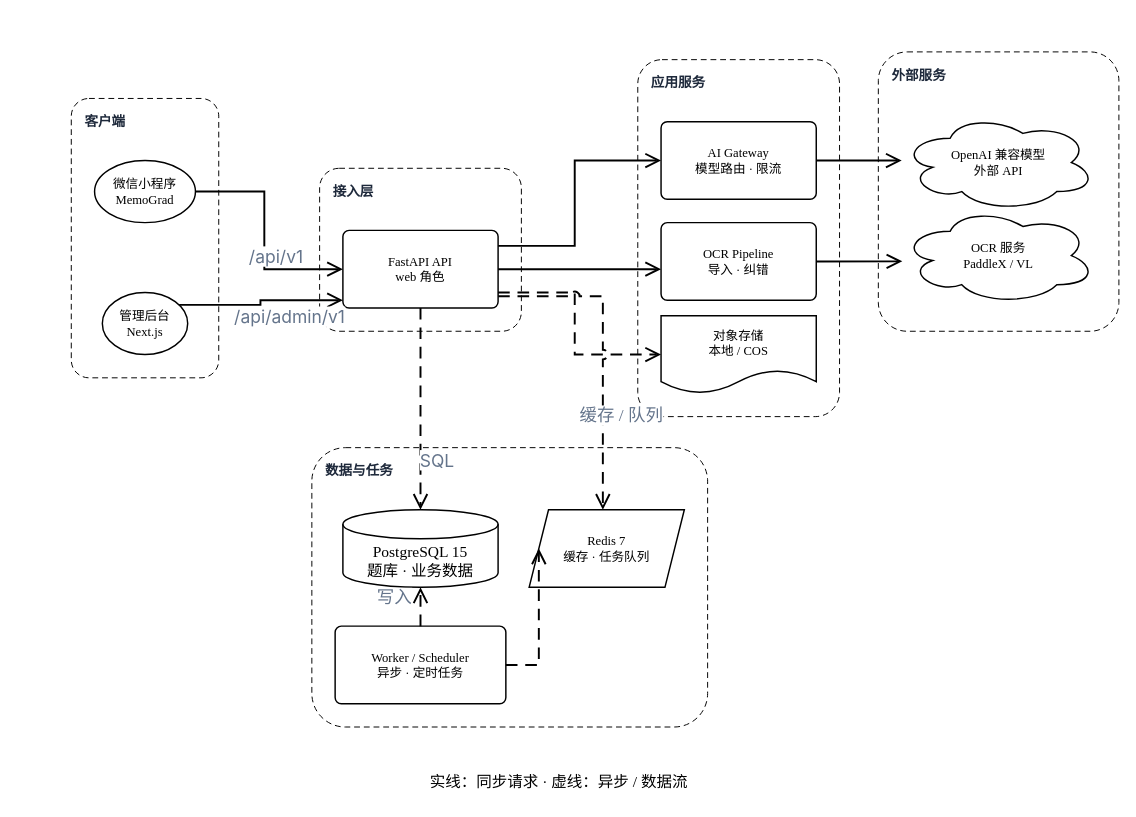
Earlier version of the draw.io diagram assets/architecture.zh.drawio (ly9098-prog/postgraduate-exam-AI). Source tidied: cells renumbered, new cells numbered last; positions are measured from the earlier drawing's top-left corner, leaving out a move shared by most shapes. Both pictures are drawn from the tidied source at 97%, with x=0, y=0 at pixel (71, 51).
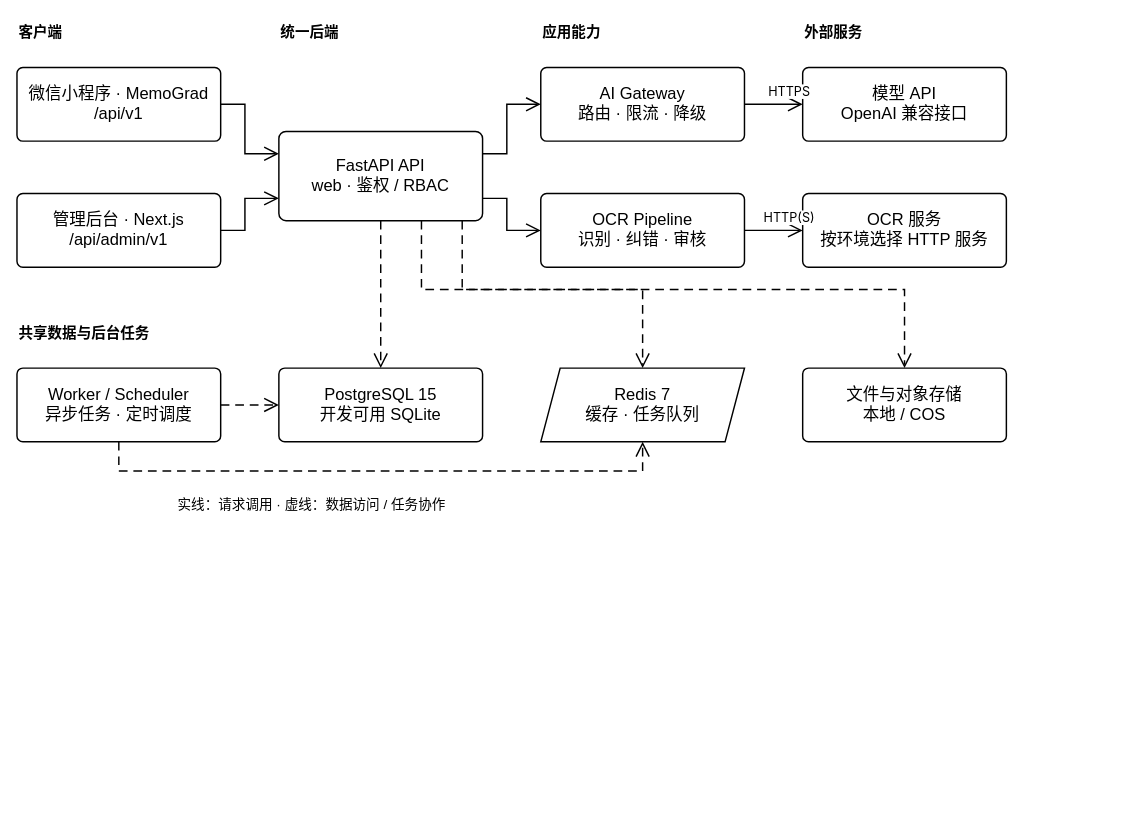
After the change.

Commit message (it also covers changes not shown here):
docs(readme): 压缩黑白系统架构图排版

What changed in the source:
```diff
@@
-    <mxCell id="2" value="客户端" style="rounded=1;arcSize=12;html=1;whiteSpace=wrap;fillColor=none;strokeColor=#000000;strokeWidth=1;fontColor=#1E293B;fontSize=14;fontFamily=Times New Roman,SimSun;fontStyle=1;verticalAlign=top;align=left;spacingLeft=12;spacingTop=10;dashed=1;dashPattern=6 4;" parent="1" vertex="1">
-      <mxGeometry y="48" width="152" height="288" as="geometry" />
+    <mxCell id="2" value="客户端" style="text;html=1;whiteSpace=wrap;labelBackgroundColor=none;fillColor=none;strokeColor=none;strokeWidth=1.5;fontColor=#000000;fontSize=15;fontFamily=Arial,Noto Sans CJK SC,sans-serif;align=left;verticalAlign=top;fontStyle=1;" parent="1" vertex="1">
+      <mxGeometry x="-56" y="-36" width="210" height="32" as="geometry" />
     </mxCell>
-    <mxCell id="3" value="接入层" style="rounded=1;arcSize=12;html=1;whiteSpace=wrap;fillColor=none;strokeColor=#000000;strokeWidth=1;fontColor=#1E293B;fontSize=14;fontFamily=Times New Roman,SimSun;fontStyle=1;verticalAlign=top;align=left;spacingLeft=12;spacingTop=10;dashed=1;dashPattern=6 4;" parent="1" vertex="1">
-      <mxGeometry x="256" y="120" width="208" height="168" as="geometry" />
+    <mxCell id="3" value="统一后端" style="text;html=1;whiteSpace=wrap;labelBackgroundColor=none;fillColor=none;strokeColor=none;strokeWidth=1.5;fontColor=#000000;fontSize=15;fontFamily=Arial,Noto Sans CJK SC,sans-serif;align=left;verticalAlign=top;fontStyle=1;" parent="1" vertex="1">
+      <mxGeometry x="214" y="-36" width="210" height="32" as="geometry" />
     </mxCell>
-    <mxCell id="4" value="应用服务" style="rounded=1;arcSize=12;html=1;whiteSpace=wrap;fillColor=none;strokeColor=#000000;strokeWidth=1;fontColor=#1E293B;fontSize=14;fontFamily=Times New Roman,SimSun;fontStyle=1;verticalAlign=top;align=left;spacingLeft=12;spacingTop=10;dashed=1;dashPattern=6 4;" parent="1" vertex="1">
-      <mxGeometry x="584" y="8" width="208" height="368" as="geometry" />
+    <mxCell id="4" value="应用能力" style="text;html=1;whiteSpace=wrap;labelBackgroundColor=none;fillColor=none;strokeColor=none;strokeWidth=1.5;fontColor=#000000;fontSize=15;fontFamily=Arial,Noto Sans CJK SC,sans-serif;align=left;verticalAlign=top;fontStyle=1;" parent="1" vertex="1">
+      <mxGeometry x="484" y="-36" width="210" height="32" as="geometry" />
     </mxCell>
-    <mxCell id="5" value="数据与任务" style="rounded=1;arcSize=12;html=1;whiteSpace=wrap;fillColor=none;strokeColor=#000000;strokeWidth=1;fontColor=#1E293B;fontSize=14;fontFamily=Times New Roman,SimSun;fontStyle=1;verticalAlign=top;align=left;spacingLeft=12;spacingTop=10;dashed=1;dashPattern=6 4;" parent="1" vertex="1">
-      <mxGeometry x="248" y="408" width="408" height="288" as="geometry" />
+    <mxCell id="5" value="外部服务" style="text;html=1;whiteSpace=wrap;labelBackgroundColor=none;fillColor=none;strokeColor=none;strokeWidth=1.5;fontColor=#000000;fontSize=15;fontFamily=Arial,Noto Sans CJK SC,sans-serif;align=left;verticalAlign=top;fontStyle=1;" parent="1" vertex="1">
+      <mxGeometry x="754" y="-36" width="210" height="32" as="geometry" />
     </mxCell>
-    <mxCell id="6" value="外部服务" style="rounded=1;arcSize=12;html=1;whiteSpace=wrap;fillColor=none;strokeColor=#000000;strokeWidth=1;fontColor=#1E293B;fontSize=14;fontFamily=Times New Roman,SimSun;fontStyle=1;verticalAlign=top;align=left;spacingLeft=12;spacingTop=10;dashed=1;dashPattern=6 4;" parent="1" vertex="1">
-      <mxGeometry x="832" width="248" height="288" as="geometry" />
+    <mxCell id="6" value="微信小程序 · MemoGrad&lt;br&gt;/api/v1" style="rounded=1;arcSize=8;html=1;whiteSpace=wrap;fillColor=#FFFFFF;strokeColor=#000000;strokeWidth=1.5;fontColor=#000000;fontSize=17;fontFamily=Arial,Noto Sans CJK SC,sans-serif;verticalAlign=middle;align=center;" parent="1" vertex="1">
+      <mxGeometry x="-56" y="16" width="210" height="76" as="geometry" />
     </mxCell>
-    <mxCell id="7" value="微信小程序&lt;br&gt;MemoGrad" style="ellipse;html=1;whiteSpace=wrap;fillColor=#FFFFFF;strokeColor=#000000;strokeWidth=1.5;fontColor=#000000;fontSize=13;fontFamily=Times New Roman,SimSun;verticalAlign=middle;align=center;" parent="2" vertex="1">
-      <mxGeometry x="24" y="64" width="104" height="64" as="geometry" />
+    <mxCell id="7" value="管理后台 · Next.js&lt;br&gt;/api/admin/v1" style="rounded=1;arcSize=8;html=1;whiteSpace=wrap;fillColor=#FFFFFF;strokeColor=#000000;strokeWidth=1.5;fontColor=#000000;fontSize=17;fontFamily=Arial,Noto Sans CJK SC,sans-serif;verticalAlign=middle;align=center;" parent="1" vertex="1">
+      <mxGeometry x="-56" y="146" width="210" height="76" as="geometry" />
     </mxCell>
-    <mxCell id="8" value="管理后台&lt;br&gt;Next.js" style="ellipse;html=1;whiteSpace=wrap;fillColor=#FFFFFF;strokeColor=#000000;strokeWidth=1.5;fontColor=#000000;fontSize=13;fontFamily=Times New Roman,SimSun;verticalAlign=middle;align=center;" parent="2" vertex="1">
-      <mxGeometry x="32" y="200" width="88" height="64" as="geometry" />
+    <mxCell id="8" value="FastAPI API&lt;br&gt;web · 鉴权 / RBAC" style="rounded=1;arcSize=8;html=1;whiteSpace=wrap;fillColor=#FFFFFF;strokeColor=#000000;strokeWidth=1.5;fontColor=#000000;fontSize=17;fontFamily=Arial,Noto Sans CJK SC,sans-serif;verticalAlign=middle;align=center;" parent="1" vertex="1">
+      <mxGeometry x="214" y="82" width="210" height="92" as="geometry" />
     </mxCell>
-    <mxCell id="9" value="FastAPI API&lt;br&gt;web 角色" style="rounded=1;arcSize=8;html=1;whiteSpace=wrap;fillColor=#FFFFFF;strokeColor=#000000;strokeWidth=1.5;fontColor=#000000;fontSize=13;fontFamily=Times New Roman,SimSun;verticalAlign=middle;align=center;" parent="3" vertex="1">
-      <mxGeometry x="24" y="64" width="160" height="80" as="geometry" />
+    <mxCell id="9" value="AI Gateway&lt;br&gt;路由 · 限流 · 降级" style="rounded=1;arcSize=8;html=1;whiteSpace=wrap;fillColor=#FFFFFF;strokeColor=#000000;strokeWidth=1.5;fontColor=#000000;fontSize=17;fontFamily=Arial,Noto Sans CJK SC,sans-serif;verticalAlign=middle;align=center;" parent="1" vertex="1">
+      <mxGeometry x="484" y="16" width="210" height="76" as="geometry" />
     </mxCell>
-    <mxCell id="10" value="AI Gateway&lt;br&gt;模型路由 · 限流" style="rounded=1;arcSize=8;html=1;whiteSpace=wrap;fillColor=#FFFFFF;strokeColor=#000000;strokeWidth=1.5;fontColor=#000000;fontSize=13;fontFamily=Times New Roman,SimSun;verticalAlign=middle;align=center;" parent="4" vertex="1">
-      <mxGeometry x="24" y="64" width="160" height="80" as="geometry" />
+    <mxCell id="10" value="OCR Pipeline&lt;br&gt;识别 · 纠错 · 审核" style="rounded=1;arcSize=8;html=1;whiteSpace=wrap;fillColor=#FFFFFF;strokeColor=#000000;strokeWidth=1.5;fontColor=#000000;fontSize=17;fontFamily=Arial,Noto Sans CJK SC,sans-serif;verticalAlign=middle;align=center;" parent="1" vertex="1">
+      <mxGeometry x="484" y="146" width="210" height="76" as="geometry" />
     </mxCell>
-    <mxCell id="11" value="OCR Pipeline&lt;br&gt;导入 · 纠错" style="rounded=1;arcSize=8;html=1;whiteSpace=wrap;fillColor=#FFFFFF;strokeColor=#000000;strokeWidth=1.5;fontColor=#000000;fontSize=13;fontFamily=Times New Roman,SimSun;verticalAlign=middle;align=center;" parent="4" vertex="1">
-      <mxGeometry x="24" y="168" width="160" height="80" as="geometry" />
+    <mxCell id="11" value="模型 API&lt;br&gt;OpenAI 兼容接口" style="rounded=1;arcSize=8;html=1;whiteSpace=wrap;fillColor=#FFFFFF;strokeColor=#000000;strokeWidth=1.5;fontColor=#000000;fontSize=17;fontFamily=Arial,Noto Sans CJK SC,sans-serif;verticalAlign=middle;align=center;" parent="1" vertex="1">
+      <mxGeometry x="754" y="16" width="210" height="76" as="geometry" />
     </mxCell>
-    <mxCell id="12" value="对象存储&lt;br&gt;本地 / COS" style="shape=document;boundedLbl=1;html=1;whiteSpace=wrap;fillColor=#FFFFFF;strokeColor=#000000;strokeWidth=1.5;fontColor=#000000;fontSize=13;fontFamily=Times New Roman,SimSun;verticalAlign=middle;align=center;" parent="4" vertex="1">
-      <mxGeometry x="24" y="264" width="160" height="80" as="geometry" />
+    <mxCell id="12" value="OCR 服务&lt;br&gt;按环境选择 HTTP 服务" style="rounded=1;arcSize=8;html=1;whiteSpace=wrap;fillColor=#FFFFFF;strokeColor=#000000;strokeWidth=1.5;fontColor=#000000;fontSize=17;fontFamily=Arial,Noto Sans CJK SC,sans-serif;verticalAlign=middle;align=center;" parent="1" vertex="1">
+      <mxGeometry x="754" y="146" width="210" height="76" as="geometry" />
     </mxCell>
-    <mxCell id="13" value="PostgreSQL 15&lt;br&gt;题库 · 业务数据" style="shape=cylinder3;boundedLbl=1;backgroundOutline=1;size=15;html=1;whiteSpace=wrap;fillColor=#FFFFFF;strokeColor=#000000;strokeWidth=1.5;fontColor=#000000;fontSize=16;fontFamily=Times New Roman,SimSun;verticalAlign=middle;align=center;" parent="5" vertex="1">
-      <mxGeometry x="32" y="64" width="160" height="80" as="geometry" />
+    <mxCell id="13" value="共享数据与后台任务" style="text;html=1;whiteSpace=wrap;labelBackgroundColor=none;fillColor=none;strokeColor=none;strokeWidth=1.5;fontColor=#000000;fontSize=15;fontFamily=Arial,Noto Sans CJK SC,sans-serif;align=left;verticalAlign=top;fontStyle=1;" parent="1" vertex="1">
+      <mxGeometry x="-56" y="274" width="240" height="32" as="geometry" />
     </mxCell>
-    <mxCell id="14" value="Redis 7&lt;br&gt;缓存 · 任务队列" style="shape=parallelogram;perimeter=parallelogramPerimeter;fixedSize=1;html=1;whiteSpace=wrap;fillColor=#FFFFFF;strokeColor=#000000;strokeWidth=1.5;fontColor=#000000;fontSize=13;fontFamily=Times New Roman,SimSun;verticalAlign=middle;align=center;" parent="5" vertex="1">
-      <mxGeometry x="224" y="64" width="160" height="80" as="geometry" />
+    <mxCell id="14" value="Worker / Scheduler&lt;br&gt;异步任务 · 定时调度" style="rounded=1;arcSize=8;html=1;whiteSpace=wrap;fillColor=#FFFFFF;strokeColor=#000000;strokeWidth=1.5;fontColor=#000000;fontSize=17;fontFamily=Arial,Noto Sans CJK SC,sans-serif;verticalAlign=middle;align=center;" parent="1" vertex="1">
+      <mxGeometry x="-56" y="326" width="210" height="76" as="geometry" />
     </mxCell>
-    <mxCell id="15" value="Worker / Scheduler&lt;br&gt;异步 · 定时任务" style="rounded=1;arcSize=8;html=1;whiteSpace=wrap;fillColor=#FFFFFF;strokeColor=#000000;strokeWidth=1.5;fontColor=#000000;fontSize=13;fontFamily=Times New Roman,SimSun;verticalAlign=middle;align=center;" parent="5" vertex="1">
-      <mxGeometry x="24" y="184" width="176" height="80" as="geometry" />
+    <mxCell id="15" value="PostgreSQL 15&lt;br&gt;开发可用 SQLite" style="rounded=1;arcSize=8;html=1;whiteSpace=wrap;fillColor=#FFFFFF;strokeColor=#000000;strokeWidth=1.5;fontColor=#000000;fontSize=17;fontFamily=Arial,Noto Sans CJK SC,sans-serif;verticalAlign=middle;align=center;" parent="1" vertex="1">
+      <mxGeometry x="214" y="326" width="210" height="76" as="geometry" />
     </mxCell>
-    <mxCell id="16" value="OpenAI 兼容模型&lt;br&gt;外部 API" style="ellipse;shape=cloud;html=1;whiteSpace=wrap;fillColor=#FFFFFF;strokeColor=#000000;strokeWidth=1.5;fontColor=#000000;fontSize=13;fontFamily=Times New Roman,SimSun;verticalAlign=middle;align=center;" parent="6" vertex="1">
-      <mxGeometry x="24" y="64" width="200" height="100" as="geometry" />
+    <mxCell id="16" value="Redis 7&lt;br&gt;缓存 · 任务队列" style="shape=parallelogram;perimeter=parallelogramPerimeter;fixedSize=1;html=1;whiteSpace=wrap;fillColor=#FFFFFF;strokeColor=#000000;strokeWidth=1.5;fontColor=#000000;fontSize=17;fontFamily=Arial,Noto Sans CJK SC,sans-serif;verticalAlign=middle;align=center;" parent="1" vertex="1">
+      <mxGeometry x="484" y="326" width="210" height="76" as="geometry" />
     </mxCell>
-    <mxCell id="17" value="OCR 服务&lt;br&gt;PaddleX / VL" style="ellipse;shape=cloud;html=1;whiteSpace=wrap;fillColor=#FFFFFF;strokeColor=#000000;strokeWidth=1.5;fontColor=#000000;fontSize=13;fontFamily=Times New Roman,SimSun;verticalAlign=middle;align=center;" parent="6" vertex="1">
-      <mxGeometry x="24" y="160" width="200" height="100" as="geometry" />
+    <mxCell id="17" value="文件与对象存储&lt;br&gt;本地 / COS" style="rounded=1;arcSize=8;html=1;whiteSpace=wrap;fillColor=#FFFFFF;strokeColor=#000000;strokeWidth=1.5;fontColor=#000000;fontSize=17;fontFamily=Arial,Noto Sans CJK SC,sans-serif;verticalAlign=middle;align=center;" parent="1" vertex="1">
+      <mxGeometry x="754" y="326" width="210" height="76" as="geometry" />
     </mxCell>
-    <mxCell id="18" value="实线：同步请求 · 虚线：异步 / 数据流" style="text;html=1;whiteSpace=wrap;labelBackgroundColor=none;fillColor=none;strokeColor=none;strokeWidth=0;fontColor=#000000;fontSize=16;fontFamily=Times New Roman,SimSun;align=left;verticalAlign=top;" parent="1" vertex="1">
-      <mxGeometry x="368" y="736" width="320" height="35" as="geometry" />
+    <mxCell id="18" value="实线：请求调用     ·     虚线：数据访问 / 任务协作" style="text;html=1;whiteSpace=wrap;labelBackgroundColor=none;fillColor=none;strokeColor=none;strokeWidth=1.5;fontColor=#000000;fontSize=14;fontFamily=Arial,Noto Sans CJK SC,sans-serif;align=left;verticalAlign=top;" parent="1" vertex="1">
+      <mxGeometry x="108" y="452" width="700" height="32" as="geometry" />
     </mxCell>
-    <mxCell id="19" style="edgeStyle=orthogonalEdgeStyle;rounded=0;jettySize=auto;html=1;strokeColor=#000000;strokeWidth=2;endArrow=open;endFill=0;endSize=12;exitX=1;exitY=0.5;exitDx=0;exitDy=0;entryX=0;entryY=0.5;entryDx=0;entryDy=0;jumpStyle=arc;jumpSize=8;" parent="1" edge="1" source="7" target="9">
+    <mxCell id="19" style="edgeStyle=orthogonalEdgeStyle;rounded=0;jettySize=auto;html=1;strokeColor=#000000;strokeWidth=1.5;endArrow=open;endFill=0;endSize=12;exitX=1;exitY=0.5;exitDx=0;exitDy=0;entryX=0;entryY=0.25;entryDx=0;entryDy=0;jumpStyle=arc;jumpSize=8;" parent="1" edge="1" source="6" target="8">
       <mxGeometry relative="1" as="geometry" />
     </mxCell>
-    <mxCell id="20" value="/api/v1" style="edgeLabel;html=1;align=center;verticalAlign=middle;fontSize=18;fontColor=#64748B;fontFamily=Inter, Roboto, system-ui, -apple-system, sans-serif;" parent="19" vertex="1">
-      <mxGeometry x="0.5" relative="1" as="geometry">
-        <mxPoint x="-12" y="-14" as="offset" />
-      </mxGeometry>
+    <mxCell id="20" style="edgeStyle=orthogonalEdgeStyle;rounded=0;jettySize=auto;html=1;strokeColor=#000000;strokeWidth=1.5;endArrow=open;endFill=0;endSize=12;exitX=1;exitY=0.5;exitDx=0;exitDy=0;entryX=0;entryY=0.75;entryDx=0;entryDy=0;jumpStyle=arc;jumpSize=8;" parent="1" edge="1" source="7" target="8">
+      <mxGeometry relative="1" as="geometry" />
     </mxCell>
-    <mxCell id="21" style="edgeStyle=orthogonalEdgeStyle;rounded=0;jettySize=auto;html=1;strokeColor=#000000;strokeWidth=2;endArrow=open;endFill=0;endSize=12;exitX=1;exitY=0.125;exitDx=0;exitDy=0;entryX=0;entryY=0.9;entryDx=0;entryDy=0;jumpStyle=arc;jumpSize=8;" parent="1" edge="1" source="8" target="9">
+    <mxCell id="21" style="edgeStyle=orthogonalEdgeStyle;rounded=0;jettySize=auto;html=1;strokeColor=#000000;strokeWidth=1.5;endArrow=open;endFill=0;endSize=12;exitX=1;exitY=0.25;exitDx=0;exitDy=0;entryX=0;entryY=0.5;entryDx=0;entryDy=0;jumpStyle=arc;jumpSize=8;" parent="1" edge="1" source="8" target="9">
       <mxGeometry relative="1" as="geometry" />
     </mxCell>
-    <mxCell id="22" value="/api/admin/v1" style="edgeLabel;html=1;align=center;verticalAlign=middle;fontSize=18;fontColor=#64748B;fontFamily=Inter, Roboto, system-ui, -apple-system, sans-serif;" parent="21" vertex="1">
-      <mxGeometry x="0.5" relative="1" as="geometry">
-        <mxPoint x="-12" y="16" as="offset" />
-      </mxGeometry>
+    <mxCell id="22" style="edgeStyle=orthogonalEdgeStyle;rounded=0;jettySize=auto;html=1;strokeColor=#000000;strokeWidth=1.5;endArrow=open;endFill=0;endSize=12;exitX=1;exitY=0.75;exitDx=0;exitDy=0;entryX=0;entryY=0.5;entryDx=0;entryDy=0;jumpStyle=arc;jumpSize=8;" parent="1" edge="1" source="8" target="10">
+      <mxGeometry relative="1" as="geometry" />
     </mxCell>
-    <mxCell id="23" style="edgeStyle=orthogonalEdgeStyle;rounded=0;jettySize=auto;html=1;strokeColor=#000000;strokeWidth=2;endArrow=open;endFill=0;endSize=12;exitX=1;exitY=0.2;exitDx=0;exitDy=0;entryX=0;entryY=0.5;entryDx=0;entryDy=0;jumpStyle=arc;jumpSize=8;" parent="1" edge="1" source="9" target="10">
+    <mxCell id="23" style="edgeStyle=orthogonalEdgeStyle;rounded=0;jettySize=auto;html=1;strokeColor=#000000;strokeWidth=1.5;endArrow=open;endFill=0;endSize=12;exitX=1;exitY=0.5;exitDx=0;exitDy=0;entryX=0;entryY=0.5;entryDx=0;entryDy=0;jumpStyle=arc;jumpSize=8;" parent="1" edge="1" source="9" target="11">
       <mxGeometry relative="1" as="geometry" />
     </mxCell>
-    <mxCell id="24" style="edgeStyle=orthogonalEdgeStyle;rounded=0;jettySize=auto;html=1;strokeColor=#000000;strokeWidth=2;endArrow=open;endFill=0;endSize=12;exitX=1;exitY=0.5;exitDx=0;exitDy=0;entryX=0;entryY=0.6;entryDx=0;entryDy=0;jumpStyle=arc;jumpSize=8;" parent="1" edge="1" source="9" target="11">
-      <mxGeometry relative="1" as="geometry" />
+    <mxCell id="24" value="HTTPS" style="edgeLabel;html=1;align=center;verticalAlign=middle;fontSize=13;fontColor=#000000;fontFamily=Inter, Roboto, system-ui, -apple-system, sans-serif;" parent="23" vertex="1">
+      <mxGeometry x="0.5" relative="1" as="geometry">
+        <mxPoint y="-14" as="offset" />
+      </mxGeometry>
     </mxCell>
-    <mxCell id="25" style="edgeStyle=orthogonalEdgeStyle;rounded=0;jettySize=auto;html=1;strokeColor=#000000;strokeWidth=2;endArrow=open;endFill=0;endSize=12;exitX=1;exitY=0.8;exitDx=0;exitDy=0;entryX=0;entryY=0.5;entryDx=0;entryDy=0;dashed=1;dashPattern=6 4;jumpStyle=arc;jumpSize=8;" parent="1" edge="1" source="9" target="12">
+    <mxCell id="25" style="edgeStyle=orthogonalEdgeStyle;rounded=0;jettySize=auto;html=1;strokeColor=#000000;strokeWidth=1.5;endArrow=open;endFill=0;endSize=12;exitX=1;exitY=0.5;exitDx=0;exitDy=0;entryX=0;entryY=0.5;entryDx=0;entryDy=0;jumpStyle=arc;jumpSize=8;" parent="1" edge="1" source="10" target="12">
       <mxGeometry relative="1" as="geometry" />
     </mxCell>
-    <mxCell id="26" style="edgeStyle=orthogonalEdgeStyle;rounded=0;jettySize=auto;html=1;strokeColor=#000000;strokeWidth=2;endArrow=open;endFill=0;endSize=12;exitX=0.5;exitY=1;exitDx=0;exitDy=0;entryX=0.5;entryY=0;entryDx=0;entryDy=0;dashed=1;dashPattern=6 4;jumpStyle=arc;jumpSize=8;" parent="1" edge="1" source="9" target="13">
-      <mxGeometry relative="1" as="geometry" />
+    <mxCell id="26" value="HTTP(S)" style="edgeLabel;html=1;align=center;verticalAlign=middle;fontSize=13;fontColor=#000000;fontFamily=Inter, Roboto, system-ui, -apple-system, sans-serif;" parent="25" vertex="1">
+      <mxGeometry x="0.5" relative="1" as="geometry">
+        <mxPoint y="-14" as="offset" />
+      </mxGeometry>
     </mxCell>
-    <mxCell id="27" value="SQL" style="edgeLabel;html=1;align=center;verticalAlign=middle;fontSize=18;fontColor=#64748B;fontFamily=Inter, Roboto, system-ui, -apple-system, sans-serif;" parent="26" vertex="1">
-      <mxGeometry x="0.5" relative="1" as="geometry">
-        <mxPoint x="16" as="offset" />
-      </mxGeometry>
+    <mxCell id="27" style="edgeStyle=orthogonalEdgeStyle;rounded=0;jettySize=auto;html=1;strokeColor=#000000;strokeWidth=1.5;endArrow=open;endFill=0;endSize=12;exitX=0.5;exitY=1;exitDx=0;exitDy=0;entryX=0.5;entryY=0;entryDx=0;entryDy=0;dashed=1;dashPattern=6 4;jumpStyle=arc;jumpSize=8;" parent="1" edge="1" source="8" target="15">
+      <mxGeometry relative="1" as="geometry" />
     </mxCell>
-    <mxCell id="28" style="edgeStyle=orthogonalEdgeStyle;rounded=0;jettySize=auto;html=1;strokeColor=#000000;strokeWidth=2;endArrow=open;endFill=0;endSize=12;dashed=1;dashPattern=6 4;jumpStyle=arc;jumpSize=8;" parent="1" edge="1" source="9" target="14">
-      <mxGeometry relative="1" as="geometry">
-        <Array as="points">
-          <mxPoint x="548" y="252" />
-        </Array>
-      </mxGeometry>
+    <mxCell id="28" style="edgeStyle=orthogonalEdgeStyle;rounded=0;jettySize=auto;html=1;strokeColor=#000000;strokeWidth=1.5;endArrow=open;endFill=0;endSize=12;exitX=0.7;exitY=1;exitDx=0;exitDy=0;entryX=0.5;entryY=0;entryDx=0;entryDy=0;dashed=1;dashPattern=6 4;jumpStyle=arc;jumpSize=8;" parent="1" edge="1" source="8" target="16">
+      <mxGeometry relative="1" as="geometry" />
     </mxCell>
-    <mxCell id="29" value="缓存 / 队列" style="edgeLabel;html=1;align=center;verticalAlign=middle;fontSize=18;fontColor=#64748B;fontFamily=Times New Roman,SimSun;" parent="28" vertex="1">
-      <mxGeometry x="0.5" relative="1" as="geometry">
-        <mxPoint x="18" y="-16" as="offset" />
-      </mxGeometry>
+    <mxCell id="29" style="edgeStyle=orthogonalEdgeStyle;rounded=0;jettySize=auto;html=1;strokeColor=#000000;strokeWidth=1.5;endArrow=open;endFill=0;endSize=12;exitX=0.9;exitY=1;exitDx=0;exitDy=0;entryX=0.5;entryY=0;entryDx=0;entryDy=0;dashed=1;dashPattern=6 4;jumpStyle=arc;jumpSize=8;" parent="1" edge="1" source="8" target="17">
+      <mxGeometry relative="1" as="geometry" />
     </mxCell>
-    <mxCell id="30" style="edgeStyle=orthogonalEdgeStyle;rounded=0;jettySize=auto;html=1;strokeColor=#000000;strokeWidth=2;endArrow=open;endFill=0;endSize=12;exitX=1;exitY=0.5;exitDx=0;exitDy=0;entryX=0;entryY=0.48;entryDx=0;entryDy=0;jumpStyle=arc;jumpSize=8;" parent="1" edge="1" source="10" target="16">
+    <mxCell id="30" style="edgeStyle=orthogonalEdgeStyle;rounded=0;jettySize=auto;html=1;strokeColor=#000000;strokeWidth=1.5;endArrow=open;endFill=0;endSize=12;exitX=1;exitY=0.5;exitDx=0;exitDy=0;entryX=0;entryY=0.5;entryDx=0;entryDy=0;dashed=1;dashPattern=6 4;jumpStyle=arc;jumpSize=8;" parent="1" edge="1" source="14" target="15">
       <mxGeometry relative="1" as="geometry" />
     </mxCell>
-    <mxCell id="31" style="edgeStyle=orthogonalEdgeStyle;rounded=0;jettySize=auto;html=1;strokeColor=#000000;strokeWidth=2;endArrow=open;endFill=0;endSize=12;exitX=1;exitY=0.5;exitDx=0;exitDy=0;entryX=0;entryY=0.56;entryDx=0;entryDy=0;jumpStyle=arc;jumpSize=8;" parent="1" edge="1" source="11" target="17">
-      <mxGeometry relative="1" as="geometry" />
+    <mxCell id="31" style="edgeStyle=orthogonalEdgeStyle;rounded=0;jettySize=auto;html=1;strokeColor=#000000;strokeWidth=1.5;endArrow=open;endFill=0;endSize=12;dashed=1;dashPattern=6 4;jumpStyle=arc;jumpSize=8;" parent="1" edge="1" source="14" target="16">
+      <mxGeometry relative="1" as="geometry">
+        <Array as="points">
+          <mxPoint x="49" y="432" />
+          <mxPoint x="589" y="432" />
+        </Array>
+      </mxGeometry>
     </mxCell>
-    <mxCell id="32" style="edgeStyle=orthogonalEdgeStyle;rounded=0;jettySize=auto;html=1;strokeColor=#000000;strokeWidth=2;endArrow=open;endFill=0;endSize=12;exitX=0.5;exitY=0;exitDx=0;exitDy=0;entryX=0.5;entryY=1;entryDx=0;entryDy=0;dashed=1;dashPattern=6 4;jumpStyle=arc;jumpSize=8;" parent="1" edge="1" source="15" target="13">
-      <mxGeometry relative="1" as="geometry" />
-    </mxCell>
-    <mxCell id="33" value="写入" style="edgeLabel;html=1;align=center;verticalAlign=middle;fontSize=18;fontColor=#64748B;fontFamily=Times New Roman,SimSun;" parent="32" vertex="1">
-      <mxGeometry x="0.5" relative="1" as="geometry">
-        <mxPoint x="-28" as="offset" />
-      </mxGeometry>
-    </mxCell>
-    <mxCell id="34" style="edgeStyle=orthogonalEdgeStyle;rounded=0;jettySize=auto;html=1;strokeColor=#000000;strokeWidth=2;endArrow=open;endFill=0;endSize=12;exitX=1;exitY=0.5;exitDx=0;exitDy=0;entryX=0;entryY=0.5;entryDx=0;entryDy=0;dashed=1;dashPattern=6 4;jumpStyle=arc;jumpSize=8;" parent="1" edge="1" source="15" target="14">
-      <mxGeometry relative="1" as="geometry" />
-    </mxCell>
```
